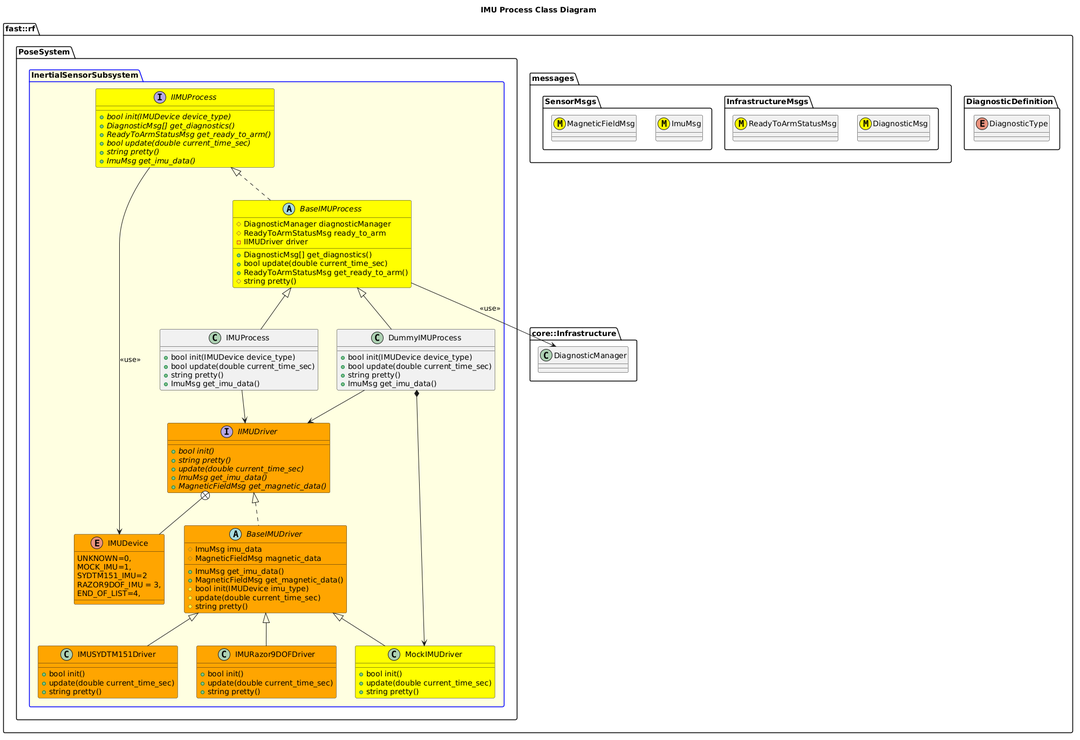
Above: Systems/Pose/Subsystems/InertialSensor/Processes/IMU/doc/puml/IMUProcessClassDiagram.png in fastrobotics/robot_framework (PlantUML), before the change.
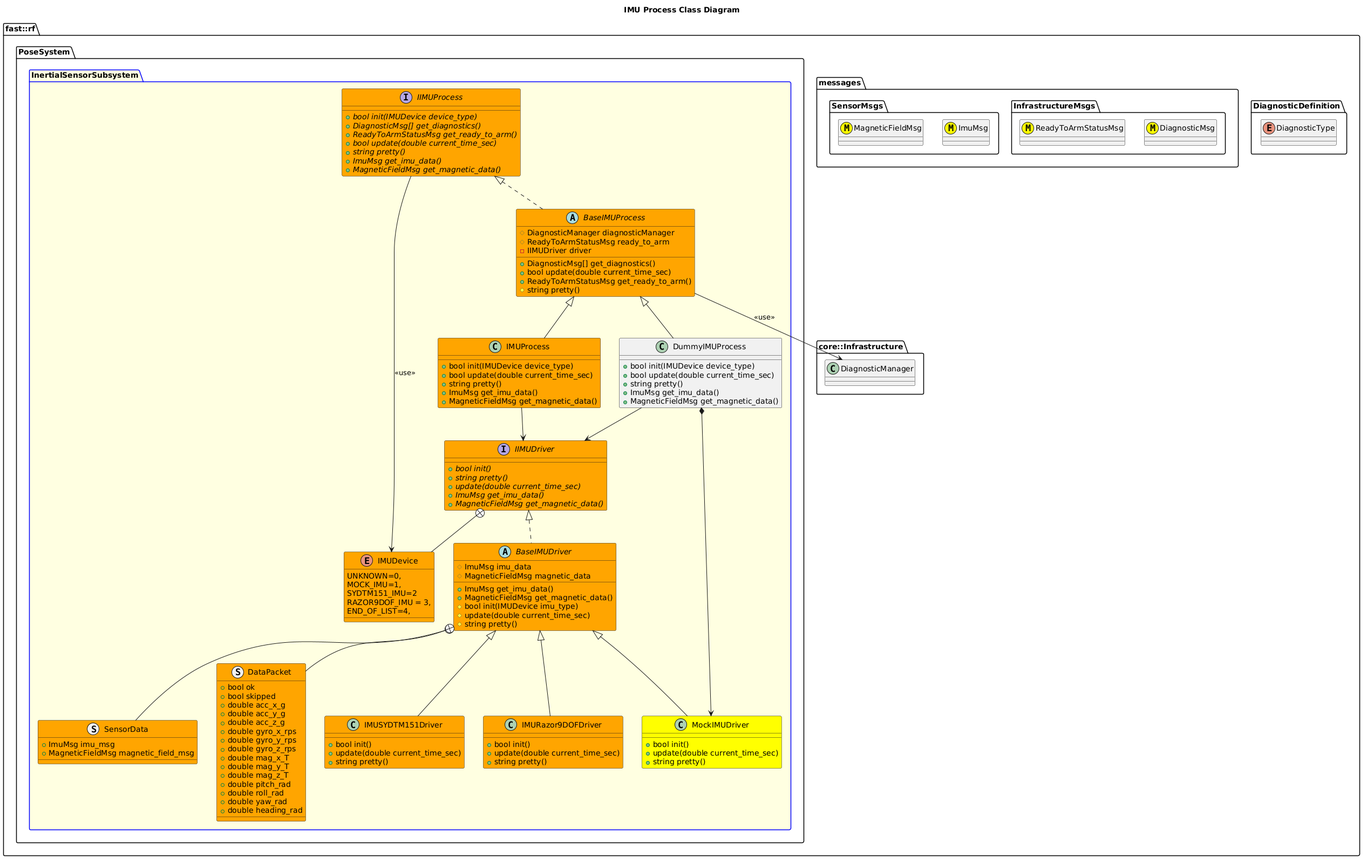
The same diagram one commit later.

Commit message:
Still working on it...

Diff of the diagram source:
```diff
@@ -20,17 +20,18 @@
   }
   namespace PoseSystem {
     package InertialSensorSubsystem #LightYellow;line:blue {
-        interface IIMUProcess #Yellow {
+        interface IIMUProcess #Orange {
           +{abstract} bool init(IMUDevice device_type)
           +{abstract} DiagnosticMsg[] get_diagnostics()
           +{abstract} ReadyToArmStatusMsg get_ready_to_arm()
           +{abstract} bool update(double current_time_sec)
           +{abstract} string pretty()
           +{abstract} ImuMsg get_imu_data()
+          +{abstract} MagneticFieldMsg get_magnetic_data()
         }
         IIMUProcess --> IMUDevice: <<use>>
 
-        abstract BaseIMUProcess #Yellow {
+        abstract BaseIMUProcess #Orange {
           +DiagnosticMsg[] get_diagnostics()
           +bool update(double current_time_sec)
           +ReadyToArmStatusMsg get_ready_to_arm()
@@ -58,6 +59,27 @@
           +{abstract} MagneticFieldMsg get_magnetic_data()
         }
         IIMUDriver +-- IMUDevice
+        struct SensorData #Orange {
+          +ImuMsg imu_msg
+          +MagneticFieldMsg magnetic_field_msg
+        }
+        struct DataPacket #Orange {
+            +bool ok
+            +bool skipped
+            +double acc_x_g
+            +double acc_y_g
+            +double acc_z_g
+            +double gyro_x_rps
+            +double gyro_y_rps
+            +double gyro_z_rps
+            +double mag_x_T
+            +double mag_y_T
+            +double mag_z_T
+            +double pitch_rad
+            +double roll_rad
+            +double yaw_rad
+            +double heading_rad
+        }
         abstract BaseIMUDriver #Orange {
           +ImuMsg get_imu_data()
           +MagneticFieldMsg get_magnetic_data()
@@ -68,6 +90,8 @@
           #MagneticFieldMsg magnetic_data
         }
         BaseIMUDriver .up.|> IIMUDriver
+        BaseIMUDriver +-- SensorData
+        BaseIMUDriver +-- DataPacket
 
         class MockIMUDriver #Yellow {
            +bool init()
@@ -89,11 +113,12 @@
            +string pretty()
         }
         IMURazor9DOFDriver -up-|> BaseIMUDriver
-        class IMUProcess {
+        class IMUProcess #Orange {
           +bool init(IMUDevice device_type)
           +bool update(double current_time_sec)
           +string pretty()
           +ImuMsg get_imu_data()
+          +MagneticFieldMsg get_magnetic_data()
 
         }
         IMUProcess -up-|> BaseIMUProcess
@@ -103,6 +128,7 @@
           +bool update(double current_time_sec)
           +string pretty()
           +ImuMsg get_imu_data()
+          +MagneticFieldMsg get_magnetic_data()
         }
         DummyIMUProcess -up-|> BaseIMUProcess
         DummyIMUProcess --> IIMUDriver
```
